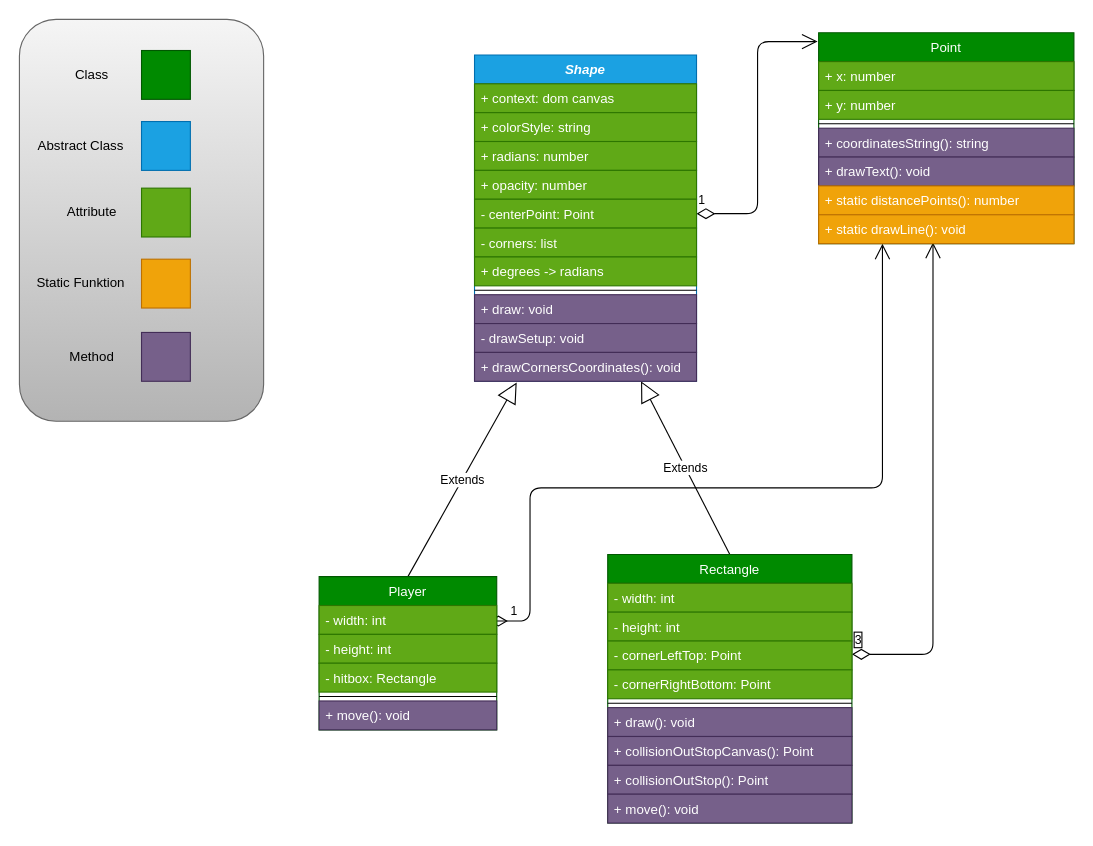
Before: Docs/classDiagramm.drawio in BoolPurist/MouseHunter, a draw.io diagram. Source tidied: cells renumbered, new cells numbered last; positions are measured from the earlier drawing's top-left corner, leaving out a move shared by most shapes. Both pictures are drawn from the tidied source at 111%, with x=0, y=0 at pixel (19, 19).
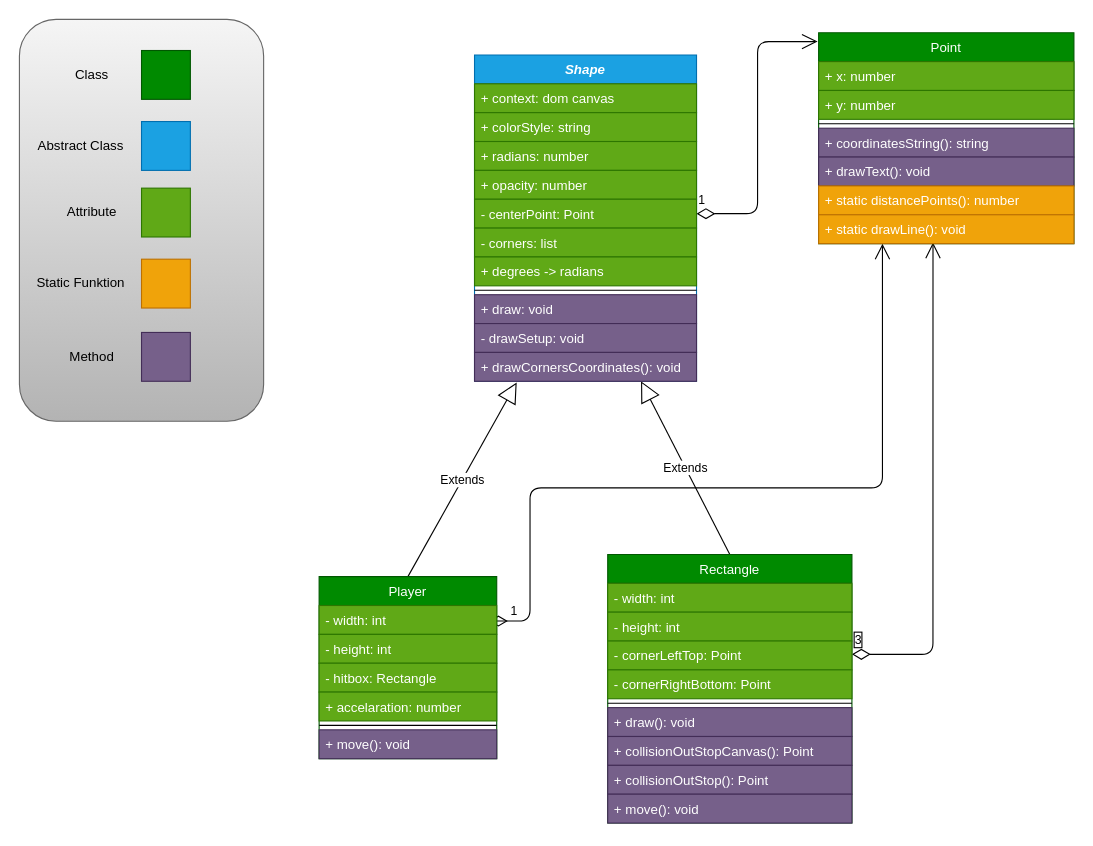
The same page after the edit.

Change to the diagram source:
```diff
@@
     <mxCell id="18" value="Player" style="swimlane;fontStyle=0;align=center;verticalAlign=middle;horizontal=1;startSize=26;fontColor=#ffffff;strokeColor=#005700;fillColor=#008a00;" parent="1" vertex="1">
-      <mxGeometry x="270" y="502" width="160" height="138" as="geometry" />
+      <mxGeometry x="270" y="502" width="160" height="164" as="geometry" />
     </mxCell>
@@
+    <mxCell id="54" value="+ accelaration: number" style="text;strokeColor=#2D7600;fillColor=#60a917;align=left;verticalAlign=top;spacingLeft=4;spacingRight=4;overflow=hidden;fontColor=#ffffff;" parent="18" vertex="1">
+      <mxGeometry y="104" width="160" height="26" as="geometry" />
+    </mxCell>
     <mxCell id="22" style="line;strokeWidth=1;fillColor=none;align=left;verticalAlign=middle;spacingTop=-1;spacingLeft=3;spacingRight=3;labelPosition=right;" parent="18" vertex="1">
-      <mxGeometry y="104" width="160" height="8" as="geometry" />
+      <mxGeometry y="130" width="160" height="8" as="geometry" />
     </mxCell>
     <mxCell id="23" value="+ move(): void" style="text;strokeColor=#432D57;fillColor=#76608a;align=left;verticalAlign=top;spacingLeft=4;spacingRight=4;overflow=hidden;fontColor=#ffffff;" parent="18" vertex="1">
-      <mxGeometry y="112" width="160" height="26" as="geometry" />
+      <mxGeometry y="138" width="160" height="26" as="geometry" />
     </mxCell>
```
